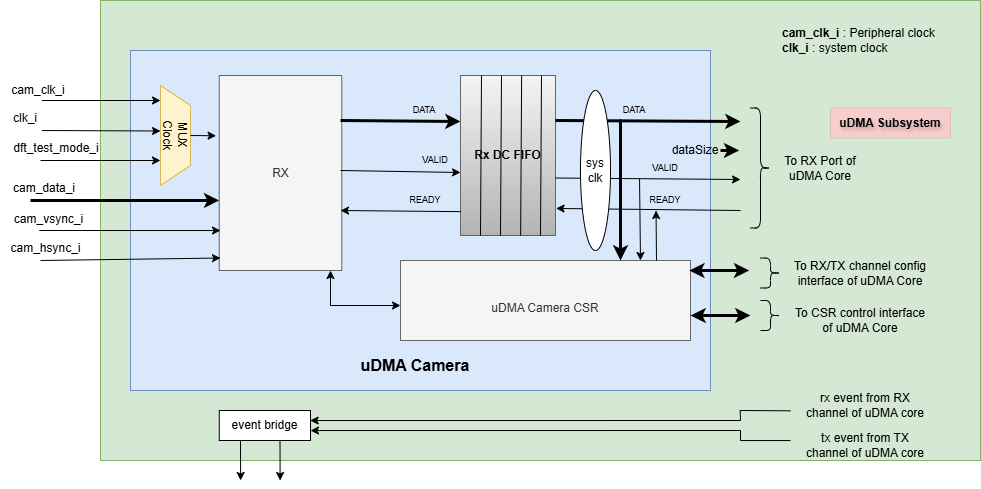
The draw.io diagram docs/doc-src/ip-blocks/uDMA_Camera_Block_Diagram.png in openhwgroup/core-v-mcu, before a commit. Source tidied: cells renumbered, new cells last; positions are measured from the earlier drawing's top-left corner, leaving out a move shared by most shapes.
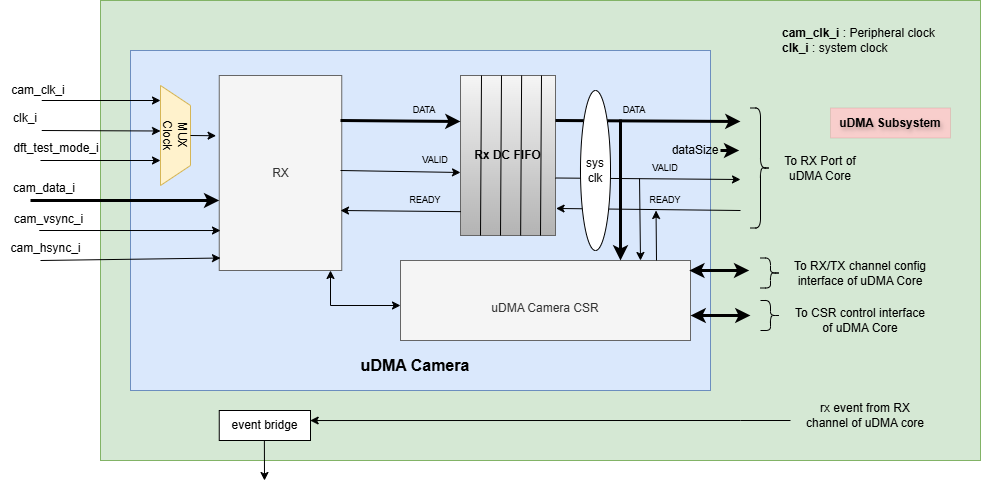
After the change.

Commit message:
uDMA Camera: Added Firmware guideline section

Diff of the diagram source:
```diff
@@ -170,48 +170,27 @@
     <mxCell id="40" value="event bridge" style="rounded=0;whiteSpace=wrap;html=1;" parent="1" vertex="1">
       <mxGeometry x="218.8" y="410" width="91.2" height="30" as="geometry" />
     </mxCell>
-    <mxCell id="41" style="endArrow=classic;html=1;rounded=0;exitX=0.782;exitY=0.928;exitDx=0;exitDy=0;exitPerimeter=0;" parent="1" edge="1">
+    <mxCell id="41" style="endArrow=classic;html=1;rounded=0;" parent="1" edge="1">
       <mxGeometry relative="1" as="geometry">
-        <mxPoint x="790" y="410.3" as="sourcePoint" />
+        <mxPoint x="790" y="420" as="sourcePoint" />
         <mxPoint x="309.7" y="420" as="targetPoint" />
         <Array as="points">
-          <mxPoint x="739.7" y="410" />
           <mxPoint x="740" y="420" />
         </Array>
       </mxGeometry>
     </mxCell>
-    <mxCell id="42" style="endArrow=classic;html=1;rounded=0;" parent="1" edge="1">
-      <mxGeometry relative="1" as="geometry">
-        <mxPoint x="790" y="440" as="sourcePoint" />
-        <mxPoint x="310" y="430" as="targetPoint" />
-        <Array as="points">
-          <mxPoint x="790" y="440" />
-          <mxPoint x="740" y="440" />
-          <mxPoint x="740" y="430" />
-        </Array>
-      </mxGeometry>
-    </mxCell>
     <mxCell id="43" value="uDMA Subsystem" style="text;html=1;align=center;verticalAlign=middle;whiteSpace=wrap;rounded=0;fontStyle=1;fillColor=#f8cecc;strokeColor=#b85450;textShadow=1;labelBorderColor=none;labelBackgroundColor=none;strokeWidth=0;" parent="1" vertex="1">
       <mxGeometry x="830" y="107.5" width="120" height="30" as="geometry" />
     </mxCell>
     <mxCell id="44" value="rx event from RX channel of uDMA core" style="text;html=1;align=center;verticalAlign=middle;whiteSpace=wrap;rounded=0;" parent="1" vertex="1">
-      <mxGeometry x="800" y="390" width="130" height="30" as="geometry" />
+      <mxGeometry x="800" y="400" width="130" height="30" as="geometry" />
     </mxCell>
-    <mxCell id="45" value="tx event from TX channel of uDMA core" style="text;html=1;align=center;verticalAlign=middle;whiteSpace=wrap;rounded=0;" parent="1" vertex="1">
-      <mxGeometry x="800" y="430" width="130" height="30" as="geometry" />
-    </mxCell>
     <mxCell id="46" style="endArrow=classic;html=1;rounded=0;" parent="1" edge="1">
       <mxGeometry relative="1" as="geometry">
-        <mxPoint x="240" y="440" as="sourcePoint" />
-        <mxPoint x="240.1" y="480" as="targetPoint" />
+        <mxPoint x="263.9" y="440" as="sourcePoint" />
+        <mxPoint x="264" y="480" as="targetPoint" />
       </mxGeometry>
     </mxCell>
-    <mxCell id="47" style="endArrow=classic;html=1;rounded=0;" parent="1" edge="1">
-      <mxGeometry relative="1" as="geometry">
-        <mxPoint x="279.5" y="440" as="sourcePoint" />
-        <mxPoint x="279.6" y="480" as="targetPoint" />
-      </mxGeometry>
-    </mxCell>
     <mxCell id="48" style="group;" parent="1" vertex="1">
       <mxGeometry x="30" y="180" width="180" height="20" as="geometry" />
     </mxCell>
```
